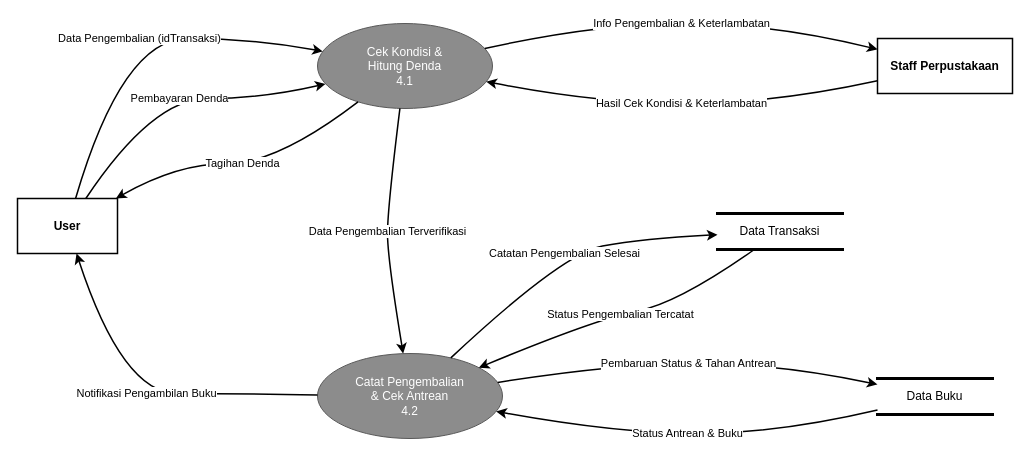
Earlier version of the draw.io diagram DFD Level 2 — Proses 4.0 (Pengembalian Buku).drawio (ding317/ding317). Source tidied: cells renumbered, new cells numbered last; positions are measured from the earlier drawing's top-left corner, leaving out a move shared by most shapes. Both pictures are drawn from the tidied source at 100%, with x=0, y=0 at pixel (17, 23).
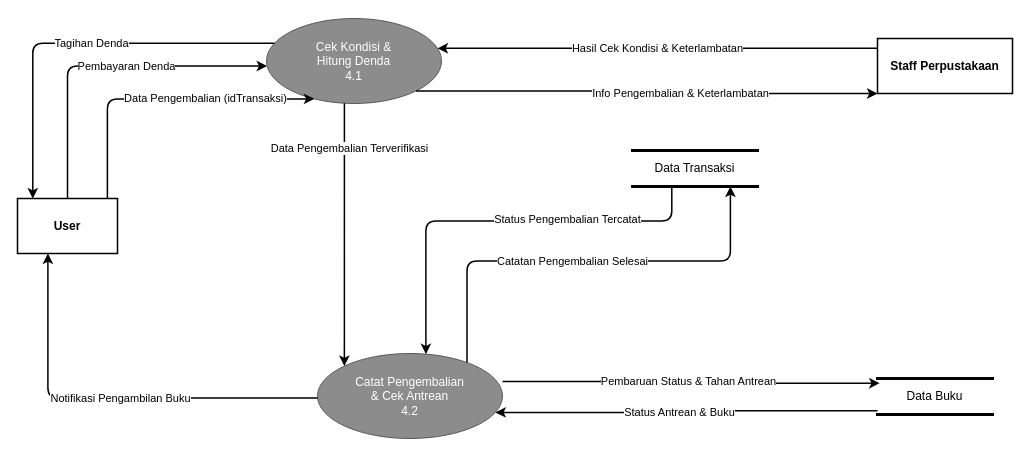
After the change.

The change refers to these unchanged cells:
```xml
<mxCell id="2" value="User" style="rounded=0;whiteSpace=wrap;html=1;fillColor=#FFFFFF;strokeColor=#000000;strokeWidth=1.5;fontColor=#000000;fontSize=12;fontStyle=1;" parent="1" vertex="1">
  <mxGeometry y="175" width="100" height="55" as="geometry" />
</mxCell>
<mxCell id="3" value="Staff Perpustakaan" style="rounded=0;whiteSpace=wrap;html=1;fillColor=#FFFFFF;strokeColor=#000000;strokeWidth=1.5;fontColor=#000000;fontSize=12;fontStyle=1;" parent="1" vertex="1">
  <mxGeometry x="860" y="15" width="135" height="55" as="geometry" />
</mxCell>
<mxCell id="5" value="Catat Pengembalian&lt;br&gt;&amp; Cek Antrean&lt;br&gt;4.2" style="ellipse;whiteSpace=wrap;html=1;fillColor=#8C8C8C;strokeColor=#595959;fontColor=#FFFFFF;fontSize=12;" parent="1" vertex="1">
  <mxGeometry x="300" y="330" width="185" height="85" as="geometry" />
</mxCell>
<mxCell id="7" value="Data Buku" style="shape=partialRectangle;whiteSpace=wrap;html=1;top=1;bottom=1;left=0;right=0;strokeWidth=3;strokeColor=#000000;fillColor=none;fontColor=#000000;fontSize=12;" parent="1" vertex="1">
  <mxGeometry x="860" y="355" width="115" height="36" as="geometry" />
</mxCell>
```

The edit, as a diff of the source:
```diff
@@
     <mxCell id="4" value="Cek Kondisi &amp;&lt;br&gt;Hitung Denda&lt;br&gt;4.1" style="ellipse;whiteSpace=wrap;html=1;fillColor=#8C8C8C;strokeColor=#595959;fontColor=#FFFFFF;fontSize=12;" parent="1" vertex="1">
-      <mxGeometry x="300" width="175" height="85" as="geometry" />
+      <mxGeometry x="249" y="-5" width="175" height="85" as="geometry" />
     </mxCell>
@@
     <mxCell id="6" value="Data Transaksi" style="shape=partialRectangle;whiteSpace=wrap;html=1;top=1;bottom=1;left=0;right=0;strokeWidth=3;strokeColor=#000000;fillColor=none;fontColor=#000000;fontSize=12;" parent="1" vertex="1">
-      <mxGeometry x="700" y="190" width="125" height="36" as="geometry" />
+      <mxGeometry x="615" y="127" width="125" height="36" as="geometry" />
     </mxCell>
@@
-    <mxCell id="8" value="Data Pengembalian (idTransaksi)" style="curved=1;endArrow=classic;html=1;strokeWidth=1.5;strokeColor=#000000;fontColor=#000000;fontSize=11;labelBackgroundColor=#FFFFFF;" parent="1" edge="1" source="2" target="4">
-      <mxGeometry relative="1" as="geometry">
+    <mxCell id="8" value="Data Pengembalian (idTransaksi)" style="endArrow=classic;html=1;strokeWidth=1.5;strokeColor=#000000;fontColor=#000000;fontSize=11;labelBackgroundColor=#FFFFFF;edgeStyle=orthogonalEdgeStyle;" parent="1" edge="1" source="2" target="4">
+      <mxGeometry x="0.29" relative="1" as="geometry">
         <Array as="points">
-          <mxPoint x="105" y="15" />
-          <mxPoint x="235" y="15" />
+          <mxPoint x="89.9" y="75.4" />
         </Array>
       </mxGeometry>
     </mxCell>
-    <mxCell id="9" value="Pembayaran Denda" style="curved=1;endArrow=classic;html=1;strokeWidth=1.5;strokeColor=#000000;fontColor=#000000;fontSize=11;labelBackgroundColor=#FFFFFF;" parent="1" edge="1" source="2" target="4">
-      <mxGeometry relative="1" as="geometry">
+    <mxCell id="9" value="Pembayaran Denda" style="endArrow=classic;html=1;strokeWidth=1.5;strokeColor=#000000;fontColor=#000000;fontSize=11;labelBackgroundColor=#FFFFFF;edgeStyle=orthogonalEdgeStyle;" parent="1" edge="1" source="2" target="4">
+      <mxGeometry x="0.15" relative="1" as="geometry">
         <Array as="points">
-          <mxPoint x="135" y="75" />
-          <mxPoint x="245" y="75" />
+          <mxPoint x="50" y="42.5" />
         </Array>
       </mxGeometry>
     </mxCell>
-    <mxCell id="10" value="Tagihan Denda" style="curved=1;endArrow=classic;html=1;strokeWidth=1.5;strokeColor=#000000;fontColor=#000000;fontSize=11;labelBackgroundColor=#FFFFFF;" parent="1" edge="1" source="4" target="2">
-      <mxGeometry relative="1" as="geometry">
+    <mxCell id="10" value="Tagihan Denda" style="endArrow=classic;html=1;strokeWidth=1.5;strokeColor=#000000;fontColor=#000000;fontSize=11;labelBackgroundColor=#FFFFFF;edgeStyle=orthogonalEdgeStyle;" parent="1" edge="1" source="4" target="2">
+      <mxGeometry x="-0.08" relative="1" as="geometry">
         <Array as="points">
-          <mxPoint x="260" y="140" />
-          <mxPoint x="160" y="140" />
+          <mxPoint x="15.3" y="19.7" />
         </Array>
       </mxGeometry>
     </mxCell>
-    <mxCell id="11" value="Info Pengembalian &amp; Keterlambatan" style="curved=1;endArrow=classic;html=1;strokeWidth=1.5;strokeColor=#000000;fontColor=#000000;fontSize=11;labelBackgroundColor=#FFFFFF;" parent="1" edge="1" source="4" target="3">
-      <mxGeometry relative="1" as="geometry">
+    <mxCell id="11" value="Info Pengembalian &amp; Keterlambatan" style="endArrow=classic;html=1;strokeWidth=1.5;strokeColor=#000000;fontColor=#000000;fontSize=11;labelBackgroundColor=#FFFFFF;edgeStyle=orthogonalEdgeStyle;exitX=1;exitY=1;exitDx=0;exitDy=0;entryX=0;entryY=1;entryDx=0;entryDy=0;" parent="1" edge="1" source="4" target="3">
+      <mxGeometry x="0.15" relative="1" as="geometry">
         <Array as="points">
-          <mxPoint x="580" />
-          <mxPoint x="755" />
+          <mxPoint x="652.5" y="70" />
         </Array>
       </mxGeometry>
     </mxCell>
-    <mxCell id="12" value="Hasil Cek Kondisi &amp; Keterlambatan" style="curved=1;endArrow=classic;html=1;strokeWidth=1.5;strokeColor=#000000;fontColor=#000000;fontSize=11;labelBackgroundColor=#FFFFFF;" parent="1" edge="1" source="3" target="4">
+    <mxCell id="12" value="Hasil Cek Kondisi &amp; Keterlambatan" style="endArrow=classic;html=1;strokeWidth=1.5;strokeColor=#000000;fontColor=#000000;fontSize=11;labelBackgroundColor=#FFFFFF;edgeStyle=orthogonalEdgeStyle;" parent="1" edge="1" source="3" target="4">
       <mxGeometry relative="1" as="geometry">
         <Array as="points">
-          <mxPoint x="755" y="80" />
-          <mxPoint x="580" y="80" />
+          <mxPoint x="782" y="24.8" />
+          <mxPoint x="782" y="24.8" />
         </Array>
       </mxGeometry>
     </mxCell>
-    <mxCell id="13" value="Data Pengembalian Terverifikasi" style="curved=1;endArrow=classic;html=1;strokeWidth=1.5;strokeColor=#000000;fontColor=#000000;fontSize=11;labelBackgroundColor=#FFFFFF;" parent="1" edge="1" source="4" target="5">
-      <mxGeometry relative="1" as="geometry">
+    <mxCell id="13" value="Data Pengembalian Terverifikasi" style="endArrow=classic;html=1;strokeWidth=1.5;strokeColor=#000000;fontColor=#000000;fontSize=11;labelBackgroundColor=#FFFFFF;edgeStyle=orthogonalEdgeStyle;entryX=0;entryY=0;entryDx=0;entryDy=0;" parent="1" edge="1" source="4" target="5">
+      <mxGeometry x="-0.66" y="5" relative="1" as="geometry">
         <Array as="points">
-          <mxPoint x="370" y="185" />
-          <mxPoint x="370" y="235" />
+          <mxPoint x="326.9" y="140" />
+          <mxPoint x="326.9" y="140" />
         </Array>
       </mxGeometry>
     </mxCell>
-    <mxCell id="14" value="Catatan Pengembalian Selesai" style="curved=1;endArrow=classic;html=1;strokeWidth=1.5;strokeColor=#000000;fontColor=#000000;fontSize=11;labelBackgroundColor=#FFFFFF;" parent="1" edge="1" source="5" target="6">
-      <mxGeometry relative="1" as="geometry">
+    <mxCell id="14" value="Catatan Pengembalian Selesai" style="endArrow=classic;html=1;strokeWidth=1.5;strokeColor=#000000;fontColor=#000000;fontSize=11;labelBackgroundColor=#FFFFFF;edgeStyle=orthogonalEdgeStyle;" parent="1" edge="1" source="5" target="6">
+      <mxGeometry x="-0.06" relative="1" as="geometry">
         <Array as="points">
-          <mxPoint x="545" y="230" />
-          <mxPoint x="625" y="215" />
+          <mxPoint x="449.5" y="237.6" />
+          <mxPoint x="712.9" y="237.6" />
         </Array>
       </mxGeometry>
     </mxCell>
-    <mxCell id="15" value="Status Pengembalian Tercatat" style="curved=1;endArrow=classic;html=1;strokeWidth=1.5;strokeColor=#000000;fontColor=#000000;fontSize=11;labelBackgroundColor=#FFFFFF;" parent="1" edge="1" source="6" target="5">
-      <mxGeometry relative="1" as="geometry">
+    <mxCell id="15" value="Status Pengembalian Tercatat" style="endArrow=classic;html=1;strokeWidth=1.5;strokeColor=#000000;fontColor=#000000;fontSize=11;labelBackgroundColor=#FFFFFF;edgeStyle=orthogonalEdgeStyle;" parent="1" edge="1" source="6" target="5">
+      <mxGeometry x="-0.33" y="-2" relative="1" as="geometry">
         <Array as="points">
-          <mxPoint x="660" y="280" />
-          <mxPoint x="580" y="295" />
+          <mxPoint x="654.3" y="197.5" />
+          <mxPoint x="408.4" y="197.5" />
         </Array>
       </mxGeometry>
     </mxCell>
-    <mxCell id="16" value="Pembaruan Status &amp; Tahan Antrean" style="curved=1;endArrow=classic;html=1;strokeWidth=1.5;strokeColor=#000000;fontColor=#000000;fontSize=11;labelBackgroundColor=#FFFFFF;" parent="1" edge="1" source="5" target="7">
-      <mxGeometry relative="1" as="geometry">
+    <mxCell id="16" value="Pembaruan Status &amp; Tahan Antrean" style="endArrow=classic;html=1;strokeWidth=1.5;strokeColor=#000000;fontColor=#000000;fontSize=11;labelBackgroundColor=#FFFFFF;edgeStyle=orthogonalEdgeStyle;" parent="1" edge="1">
+      <mxGeometry x="-0.02" relative="1" as="geometry">
+        <mxPoint x="485" y="358" as="sourcePoint" />
+        <mxPoint x="862.2" y="359.7" as="targetPoint" />
         <Array as="points">
-          <mxPoint x="600" y="340" />
-          <mxPoint x="760" y="340" />
+          <mxPoint x="674.7" y="358" />
+          <mxPoint x="674.7" y="359.7" />
         </Array>
       </mxGeometry>
     </mxCell>
-    <mxCell id="17" value="Status Antrean &amp; Buku" style="curved=1;endArrow=classic;html=1;strokeWidth=1.5;strokeColor=#000000;fontColor=#000000;fontSize=11;labelBackgroundColor=#FFFFFF;" parent="1" edge="1" source="7" target="5">
-      <mxGeometry relative="1" as="geometry">
+    <mxCell id="17" value="Status Antrean &amp; Buku" style="endArrow=classic;html=1;strokeWidth=1.5;strokeColor=#000000;fontColor=#000000;fontSize=11;labelBackgroundColor=#FFFFFF;edgeStyle=orthogonalEdgeStyle;" parent="1" edge="1" source="7" target="5">
+      <mxGeometry x="0.04" relative="1" as="geometry">
         <Array as="points">
-          <mxPoint x="760" y="410" />
-          <mxPoint x="600" y="410" />
+          <mxPoint x="672.5" y="387.2" />
+          <mxPoint x="672.5" y="388.9" />
         </Array>
       </mxGeometry>
     </mxCell>
-    <mxCell id="18" value="Notifikasi Pengambilan Buku" style="curved=1;endArrow=classic;html=1;strokeWidth=1.5;strokeColor=#000000;fontColor=#000000;fontSize=11;labelBackgroundColor=#FFFFFF;" parent="1" edge="1" source="5" target="2">
-      <mxGeometry relative="1" as="geometry">
+    <mxCell id="18" value="Notifikasi Pengambilan Buku" style="endArrow=classic;html=1;strokeWidth=1.5;strokeColor=#000000;fontColor=#000000;fontSize=11;labelBackgroundColor=#FFFFFF;edgeStyle=orthogonalEdgeStyle;" parent="1" edge="1" source="5" target="2">
+      <mxGeometry x="-0.05" relative="1" as="geometry">
         <Array as="points">
-          <mxPoint x="215" y="370" />
-          <mxPoint x="105" y="370" />
+          <mxPoint x="30.4" y="374.5" />
         </Array>
       </mxGeometry>
     </mxCell>
```
